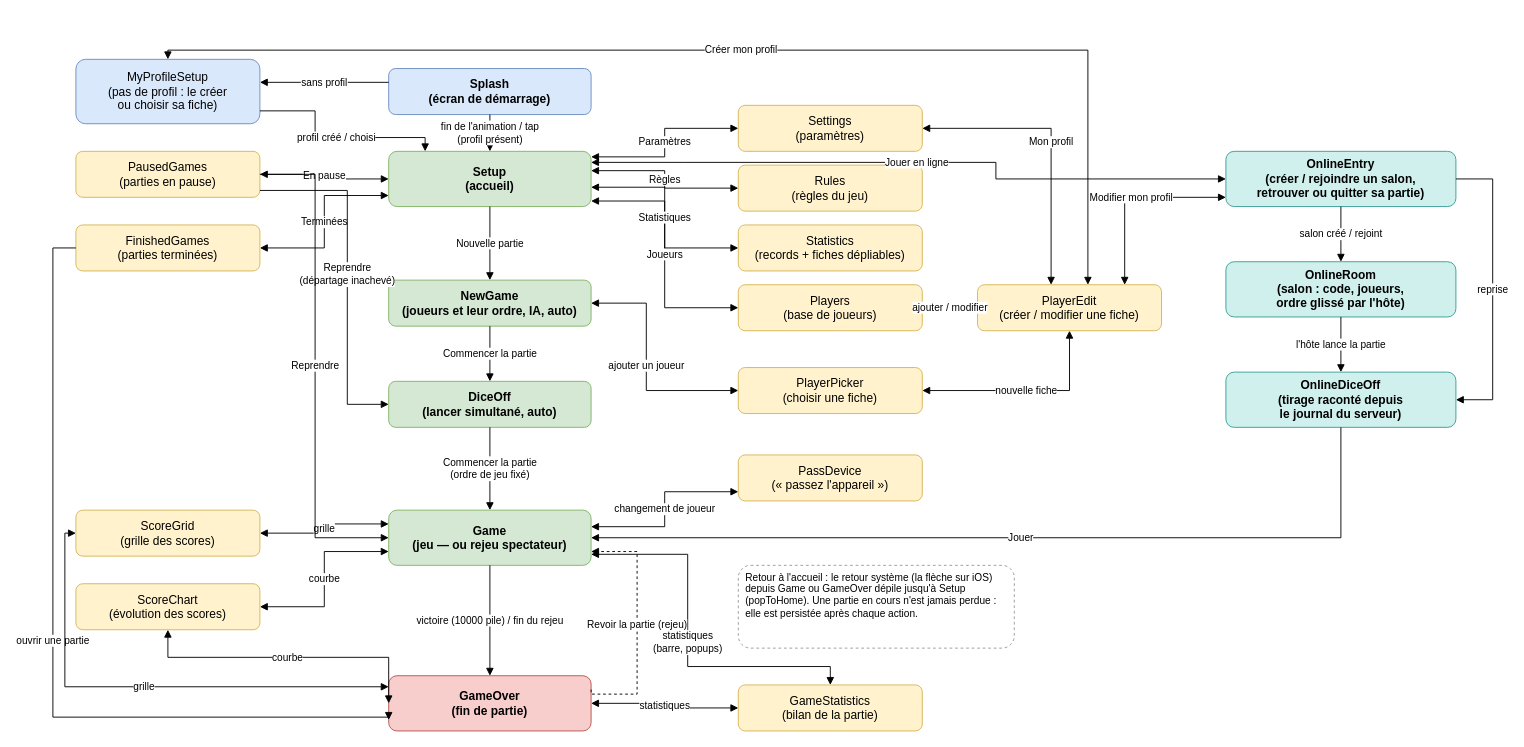
Earlier version of the draw.io diagram docs/screen-flow.drawio (microscotch/tenk). Source tidied: cells renumbered, new cells numbered last; positions are measured from the earlier drawing's top-left corner, leaving out a move shared by most shapes. Both pictures are drawn from the tidied source at 92%, with x=0, y=0 at pixel (52, 50).
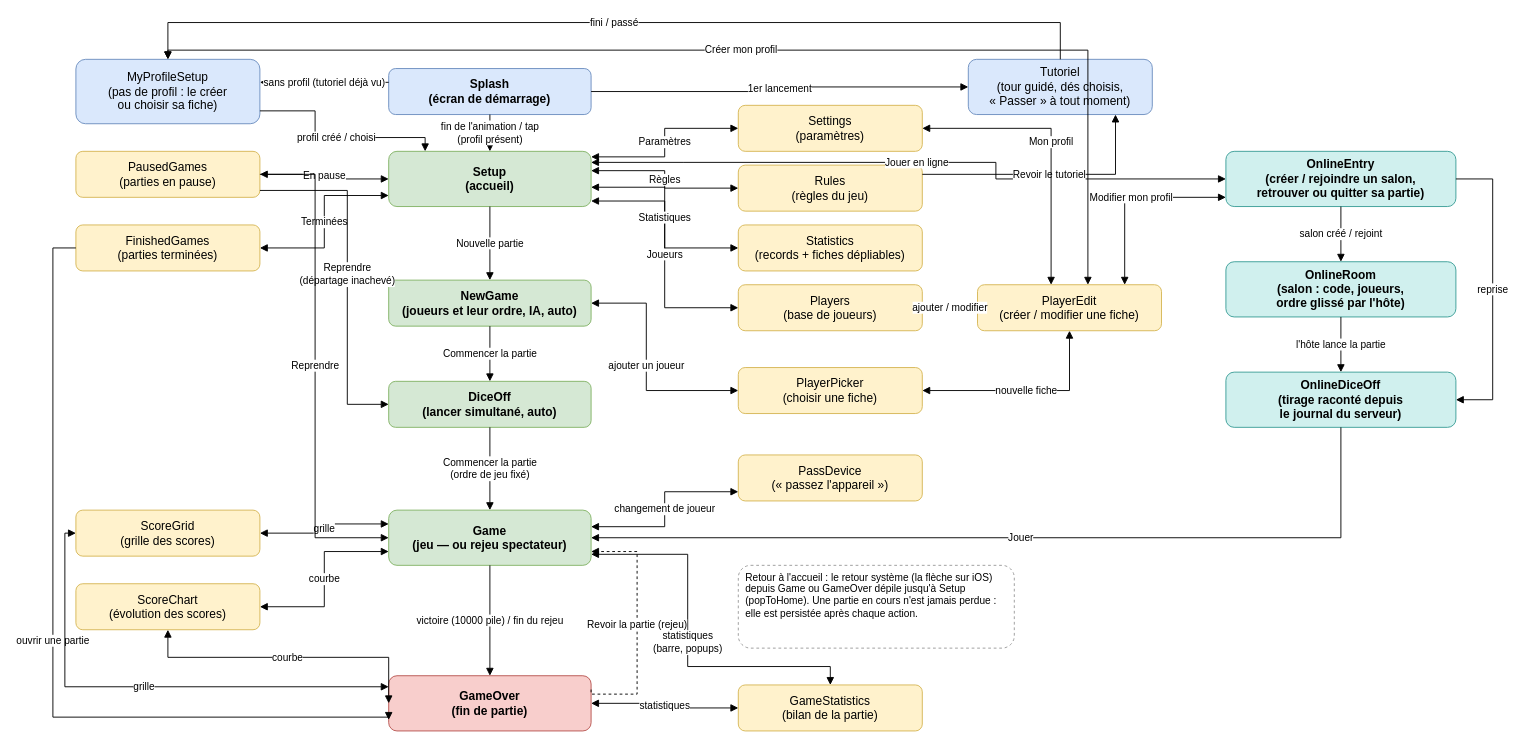
Above is the later version.

Unchanged cells that the change refers to:
```xml
<mxCell id="2" value="Splash&#10;(écran de démarrage)" style="rounded=1;whiteSpace=wrap;html=1;fillColor=#dae8fc;strokeColor=#6c8ebf;fontSize=13;fontStyle=1;" parent="1" vertex="1">
  <mxGeometry x="365" y="20" width="220" height="50" as="geometry" />
</mxCell>
<mxCell id="8" value="Rules&#10;(règles du jeu)" style="rounded=1;whiteSpace=wrap;html=1;fillColor=#fff2cc;strokeColor=#d6b656;fontSize=13;" parent="1" vertex="1">
  <mxGeometry x="745" y="125" width="200" height="50" as="geometry" />
</mxCell>
<mxCell id="54" value="MyProfileSetup&#10;(pas de profil : le créer&#10;ou choisir sa fiche)" style="rounded=1;whiteSpace=wrap;html=1;fillColor=#dae8fc;strokeColor=#6c8ebf;fontSize=13;" parent="1" vertex="1">
  <mxGeometry x="25" y="10" width="200" height="70" as="geometry" />
</mxCell>
```

What changed in the source:
```diff
@@
+    <mxCell id="60" value="Tutoriel&#10;(tour guidé, dés choisis,&#10;« Passer » à tout moment)" style="rounded=1;whiteSpace=wrap;html=1;fillColor=#dae8fc;strokeColor=#6c8ebf;fontSize=13;" parent="1" vertex="1">
+      <mxGeometry x="995" y="10" width="200" height="60" as="geometry" />
+    </mxCell>
+    <mxCell id="61" value="1er lancement" style="edgeStyle=orthogonalEdgeStyle;rounded=0;html=1;fontSize=11;endArrow=block;endFill=1;labelBackgroundColor=#ffffff;exitX=1;exitY=0.5;entryX=0;entryY=0.5;" parent="1" edge="1" source="2" target="60">
+      <mxGeometry relative="1" as="geometry" />
+    </mxCell>
+    <mxCell id="62" value="fini / passé" style="edgeStyle=orthogonalEdgeStyle;rounded=0;html=1;fontSize=11;endArrow=block;endFill=1;labelBackgroundColor=#ffffff;exitX=0.5;exitY=0;entryX=0.5;entryY=0;" parent="1" edge="1" source="60" target="54">
+      <mxGeometry relative="1" as="geometry">
+        <Array as="points">
+          <mxPoint x="1095" y="-30" />
+          <mxPoint x="125" y="-30" />
+        </Array>
+      </mxGeometry>
+    </mxCell>
+    <mxCell id="63" value="Revoir le tutoriel" style="edgeStyle=orthogonalEdgeStyle;rounded=0;html=1;fontSize=11;endArrow=block;endFill=1;labelBackgroundColor=#ffffff;exitX=1;exitY=0.2;entryX=0.8;entryY=1;" parent="1" edge="1" source="8" target="60">
+      <mxGeometry relative="1" as="geometry" />
+    </mxCell>
-    <mxCell id="55" value="sans profil" style="edgeStyle=orthogonalEdgeStyle;rounded=0;html=1;fontSize=11;endArrow=block;endFill=1;labelBackgroundColor=#ffffff;exitX=0;exitY=0.3;entryX=1;entryY=0.357;" parent="1" edge="1" source="2" target="54">
+    <mxCell id="55" value="sans profil (tutoriel déjà vu)" style="edgeStyle=orthogonalEdgeStyle;rounded=0;html=1;fontSize=11;endArrow=block;endFill=1;labelBackgroundColor=#ffffff;exitX=0;exitY=0.3;entryX=1;entryY=0.357;" parent="1" edge="1" source="2" target="54">
       <mxGeometry relative="1" as="geometry" />
     </mxCell>
```
